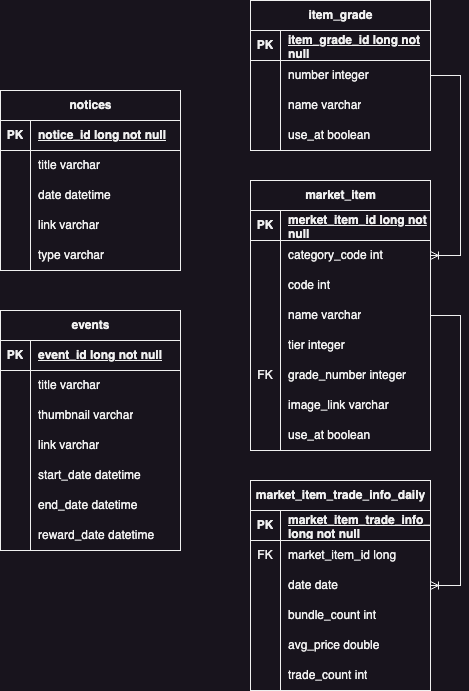
This is image/erd.png from soccat96/loa-trade-life, a draw.io export, as it was before one commit. Source tidied: cells renumbered, new cells last; positions are measured from the earlier drawing's top-left corner, leaving out a move shared by most shapes.
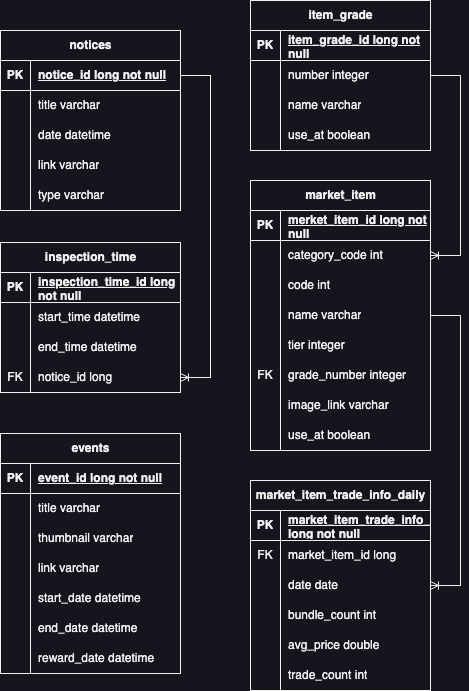
After the commit.

What changed in the source:
```diff
@@ -3,7 +3,7 @@
     <mxCell id="0" />
     <mxCell id="1" parent="0" />
     <mxCell id="2" value="notices" style="shape=table;startSize=30;rowLines=0;fontStyle=1;align=center;html=1;" parent="1" vertex="1">
-      <mxGeometry y="90" width="180" height="180" as="geometry" />
+      <mxGeometry y="30" width="180" height="180" as="geometry" />
     </mxCell>
     <mxCell id="3" style="shape=tableRow;horizontal=0;startSize=0;swimlaneHead=0;swimlaneBody=0;fillColor=none;points=[[0,0.5],[1,0.5]];portConstraint=eastwest;top=0;left=0;right=0;bottom=1;" parent="2" vertex="1">
       <mxGeometry y="30" width="180" height="30" as="geometry" />
@@ -51,7 +51,7 @@
       <mxGeometry x="30" width="150" height="30" as="geometry" />
     </mxCell>
     <mxCell id="18" value="events" style="shape=table;startSize=30;rowLines=0;fontStyle=1;align=center;html=1;" parent="1" vertex="1">
-      <mxGeometry y="310" width="180" height="240" as="geometry" />
+      <mxGeometry y="433" width="180" height="240" as="geometry" />
     </mxCell>
     <mxCell id="19" style="shape=tableRow;horizontal=0;startSize=0;swimlaneHead=0;swimlaneBody=0;fillColor=none;top=0;left=0;right=0;bottom=1;" parent="18" vertex="1">
       <mxGeometry y="30" width="180" height="30" as="geometry" />
@@ -299,5 +299,52 @@
     <mxCell id="98" style="edgeStyle=entityRelationEdgeStyle;fontSize=12;html=1;endArrow=ERoneToMany;rounded=0;" parent="1" edge="1" source="85" target="44">
       <mxGeometry relative="1" as="geometry" />
     </mxCell>
+    <mxCell id="99" value="inspection_time" style="shape=table;startSize=30;rowLines=0;fontStyle=1;align=center;html=1;" parent="1" vertex="1">
+      <mxGeometry y="242" width="180" height="150" as="geometry" />
+    </mxCell>
+    <mxCell id="100" style="shape=tableRow;horizontal=0;startSize=0;swimlaneHead=0;swimlaneBody=0;fillColor=none;top=0;left=0;right=0;bottom=1;" parent="99" vertex="1">
+      <mxGeometry y="30" width="180" height="30" as="geometry" />
+    </mxCell>
+    <mxCell id="101" value="PK" style="shape=partialRectangle;fillColor=none;top=0;left=0;bottom=0;right=0;fontStyle=1;overflow=hidden;whiteSpace=wrap;html=1;" parent="100" vertex="1">
+      <mxGeometry width="30" height="30" as="geometry" />
+    </mxCell>
+    <mxCell id="102" value="inspection_time_id long not null" style="shape=partialRectangle;fillColor=none;top=0;left=0;bottom=0;right=0;align=left;spacingLeft=6;fontStyle=5;overflow=hidden;whiteSpace=wrap;html=1;" parent="100" vertex="1">
+      <mxGeometry x="30" width="150" height="30" as="geometry" />
+    </mxCell>
+    <mxCell id="103" style="shape=tableRow;horizontal=0;startSize=0;swimlaneHead=0;swimlaneBody=0;fillColor=none;top=0;left=0;right=0;bottom=0;" parent="99" vertex="1">
+      <mxGeometry y="60" width="180" height="30" as="geometry" />
+    </mxCell>
+    <mxCell id="104" style="shape=partialRectangle;fillColor=none;top=0;left=0;bottom=0;right=0;overflow=hidden;whiteSpace=wrap;html=1;" parent="103" vertex="1">
+      <mxGeometry width="30" height="30" as="geometry" />
+    </mxCell>
+    <mxCell id="105" value="start_time datetime" style="shape=partialRectangle;fillColor=none;top=0;left=0;bottom=0;right=0;align=left;spacingLeft=6;overflow=hidden;whiteSpace=wrap;html=1;" parent="103" vertex="1">
+      <mxGeometry x="30" width="150" height="30" as="geometry" />
+    </mxCell>
+    <mxCell id="106" style="shape=tableRow;horizontal=0;startSize=0;swimlaneHead=0;swimlaneBody=0;fillColor=none;top=0;left=0;right=0;bottom=0;" parent="99" vertex="1">
+      <mxGeometry y="90" width="180" height="30" as="geometry" />
+    </mxCell>
+    <mxCell id="107" style="shape=partialRectangle;fillColor=none;top=0;left=0;bottom=0;right=0;overflow=hidden;whiteSpace=wrap;html=1;" parent="106" vertex="1">
+      <mxGeometry width="30" height="30" as="geometry" />
+    </mxCell>
+    <mxCell id="108" value="end_time datetime" style="shape=partialRectangle;fillColor=none;top=0;left=0;bottom=0;right=0;align=left;spacingLeft=6;overflow=hidden;whiteSpace=wrap;html=1;" parent="106" vertex="1">
+      <mxGeometry x="30" width="150" height="30" as="geometry" />
+    </mxCell>
+    <mxCell id="109" style="shape=tableRow;horizontal=0;startSize=0;swimlaneHead=0;swimlaneBody=0;fillColor=none;points=[[0,0.5],[1,0.5]];portConstraint=eastwest;top=0;left=0;right=0;bottom=0;" parent="99" vertex="1">
+      <mxGeometry y="120" width="180" height="30" as="geometry" />
+    </mxCell>
+    <mxCell id="110" value="FK" style="shape=partialRectangle;fillColor=none;top=0;left=0;bottom=0;right=0;overflow=hidden;whiteSpace=wrap;html=1;" parent="109" vertex="1">
+      <mxGeometry width="30" height="30" as="geometry" />
+    </mxCell>
+    <mxCell id="111" value="notice_id long" style="shape=partialRectangle;fillColor=none;top=0;left=0;bottom=0;right=0;align=left;spacingLeft=6;overflow=hidden;whiteSpace=wrap;html=1;" parent="109" vertex="1">
+      <mxGeometry x="30" width="150" height="30" as="geometry" />
+    </mxCell>
+    <mxCell id="112" style="edgeStyle=entityRelationEdgeStyle;fontSize=12;html=1;endArrow=ERoneToMany;rounded=0;exitX=1;exitY=0.5;exitDx=0;exitDy=0;entryX=1;entryY=0.5;entryDx=0;entryDy=0;" parent="1" edge="1" source="3" target="109">
+      <mxGeometry relative="1" as="geometry">
+        <Array as="points">
+          <mxPoint x="-60" y="230" />
+          <mxPoint x="220" y="220" />
+        </Array>
+      </mxGeometry>
+    </mxCell>
   </root>
 </mxGraphModel>
```
